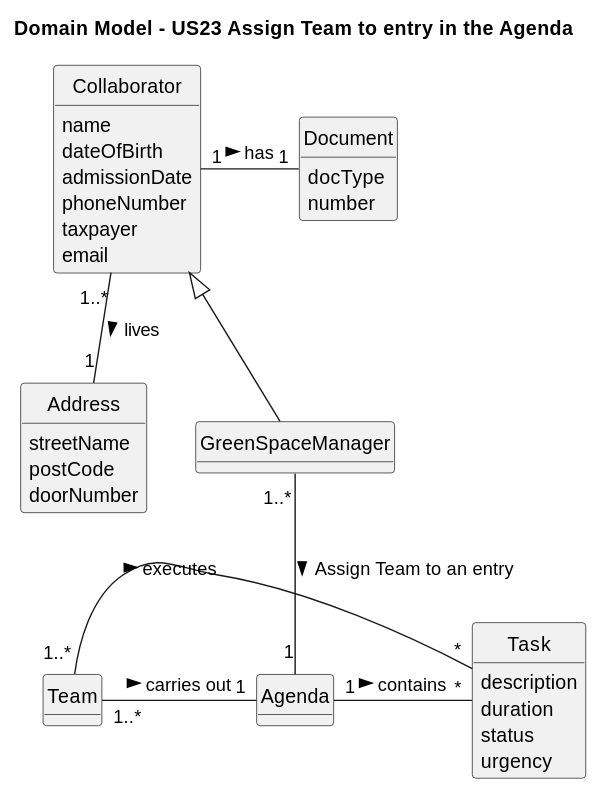
Departamento-de-Engenharia-Informatica/lei-24-s2-1db-g022 keeps this PlantUML diagram as docs/sprint3/us23/02.analysis/svg/us23-domain-model.svg. Above is the earlier version.
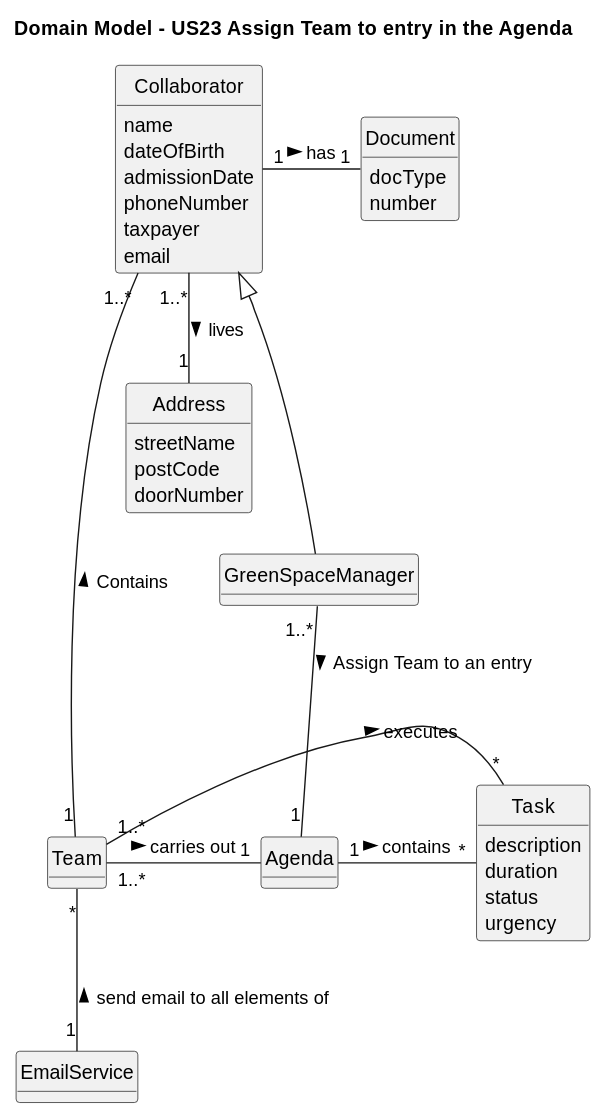
The same file after the commit.

The edit, as a diff of the source:
```diff
@@ -46,6 +46,10 @@
     urgency
 }
 
+class EmailService{
+}
+
+
 Collaborator "1" - "1" Document : has >
 
 Collaborator "1..*" -- "1" Address : lives >
@@ -59,4 +63,8 @@
 Team "1..*" - "*" Task : executes >
 
 Agenda "1" - "*" Task : contains >
+
+Team "*" -- "1" EmailService :  send email to all elements of <
+
+Collaborator "1..*" ---- "1" Team : Contains <
 @enduml
```
